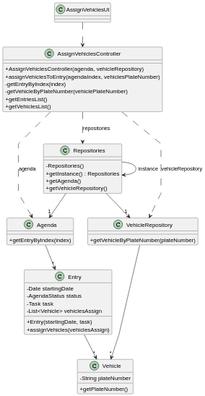
Earlier version of the PlantUML export docs/sprintA&B&C/us026/03.design/svg/us026-class-diagram.svg (daniel41silva05/ISEP_2023_2024_LAPR2).
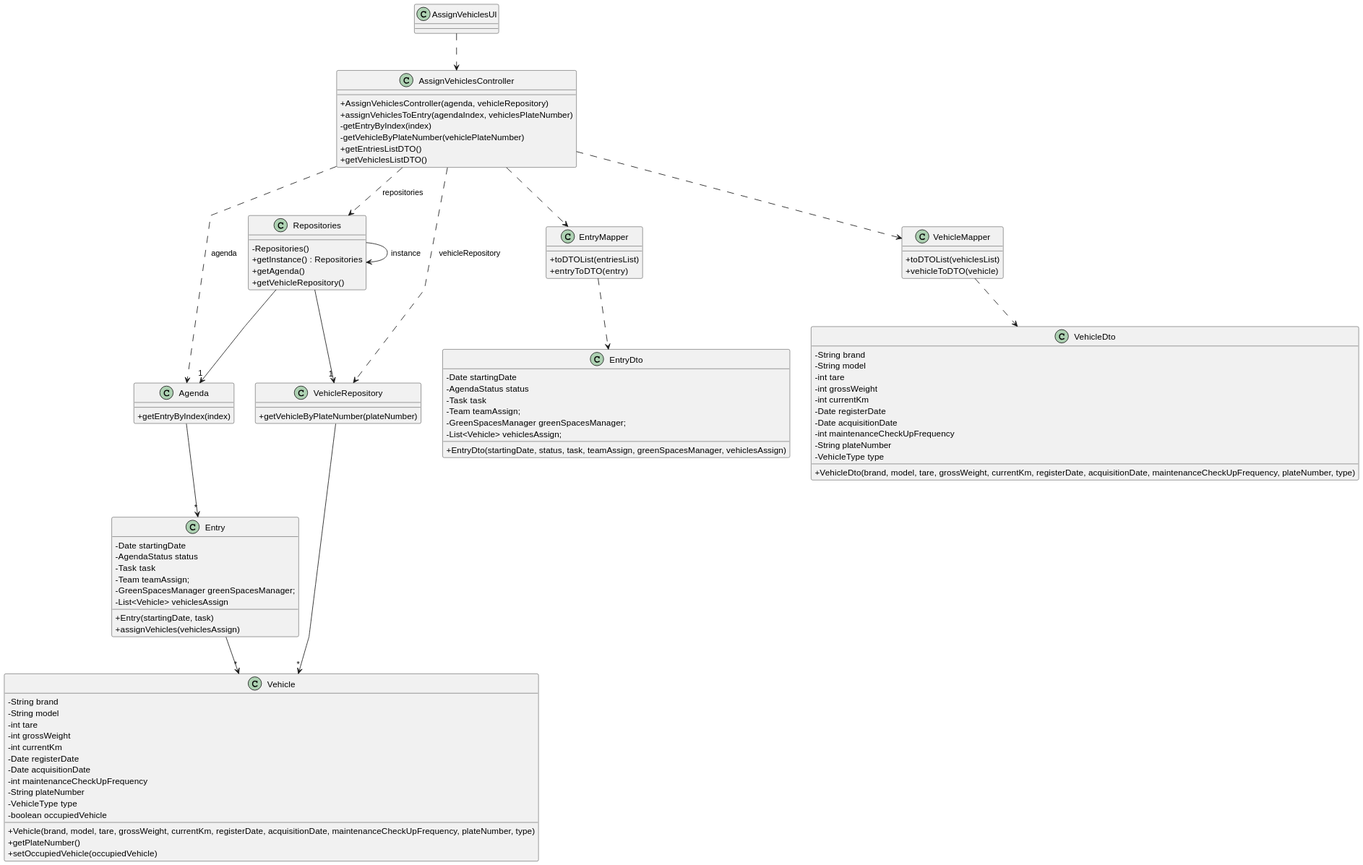
After the change.

What changed in the source:
```diff
@@ -14,8 +14,8 @@
     +assignVehiclesToEntry(agendaIndex, vehiclesPlateNumber)
     -getEntryByIndex(index)
     -getVehicleByPlateNumber(vehiclePlateNumber)
-    +getEntriesList()
-    +getVehiclesList()
+    +getEntriesListDTO()
+    +getVehiclesListDTO()
 }
 
 class Agenda {
@@ -26,6 +26,8 @@
     -Date startingDate
     -AgendaStatus status
     -Task task
+    -Team teamAssign;
+    -GreenSpacesManager greenSpacesManager;
     -List<Vehicle> vehiclesAssign
     +Entry(startingDate, task)
     +assignVehicles(vehiclesAssign)
@@ -36,8 +38,20 @@
 }
 
 class Vehicle {
+    -String brand
+    -String model
+    -int tare
+    -int grossWeight
+    -int currentKm
+    -Date registerDate
+    -Date acquisitionDate
+    -int maintenanceCheckUpFrequency
     -String plateNumber
+    -VehicleType type
+    -boolean occupiedVehicle
+    +Vehicle(brand, model, tare, grossWeight, currentKm, registerDate, acquisitionDate, maintenanceCheckUpFrequency, plateNumber, type)
     +getPlateNumber()
+    +setOccupiedVehicle(occupiedVehicle)
 }
 
 class Repositories {
@@ -45,6 +59,40 @@
     + getInstance() : Repositories
     + getAgenda()
     + getVehicleRepository()
+}
+
+class EntryDto {
+    -Date startingDate
+    -AgendaStatus status
+    -Task task
+    -Team teamAssign;
+    -GreenSpacesManager greenSpacesManager;
+    -List<Vehicle> vehiclesAssign;
+    +EntryDto(startingDate, status, task, teamAssign, greenSpacesManager, vehiclesAssign)
+}
+
+class EntryMapper {
+    +toDTOList(entriesList)
+    +entryToDTO(entry)
+}
+
+class VehicleDto {
+    -String brand
+    -String model
+    -int tare
+    -int grossWeight
+    -int currentKm
+    -Date registerDate
+    -Date acquisitionDate
+    -int maintenanceCheckUpFrequency
+    -String plateNumber
+    -VehicleType type
+    +VehicleDto(brand, model, tare, grossWeight, currentKm, registerDate, acquisitionDate, maintenanceCheckUpFrequency, plateNumber, type)
+}
+
+class VehicleMapper {
+    +toDTOList(vehiclesList)
+    +vehicleToDTO(vehicle)
 }
 
 AssignVehiclesUI ..> AssignVehiclesController
@@ -57,4 +105,8 @@
 Agenda --> "*" Entry
 VehicleRepository --> "*" Vehicle
 Entry --> "*" Vehicle
+AssignVehiclesController ..> VehicleMapper
+VehicleMapper ..> VehicleDto
+AssignVehiclesController ..> EntryMapper
+EntryMapper ..> EntryDto
 @enduml
```
